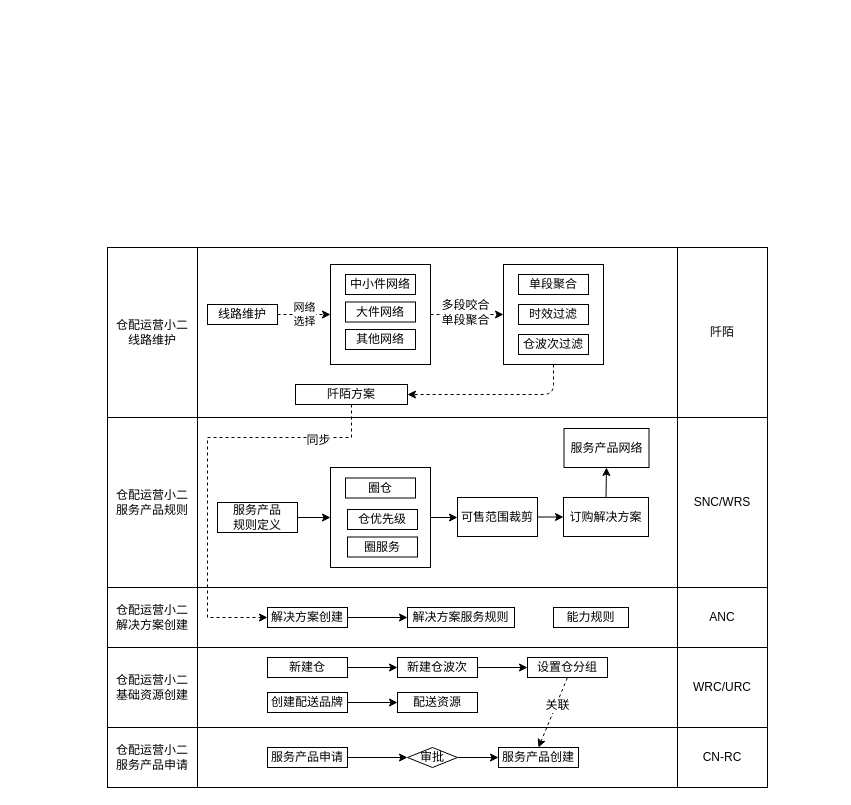
Before: 4pl服务产品SOP.drawio in shaonianwu/cainiao, a draw.io diagram. Source tidied: cells renumbered, new cells numbered last; positions are measured from the earlier drawing's top-left corner, leaving out a move shared by most shapes. Both pictures are drawn from the tidied source at 100%, with x=0, y=0 at pixel (107, 247).
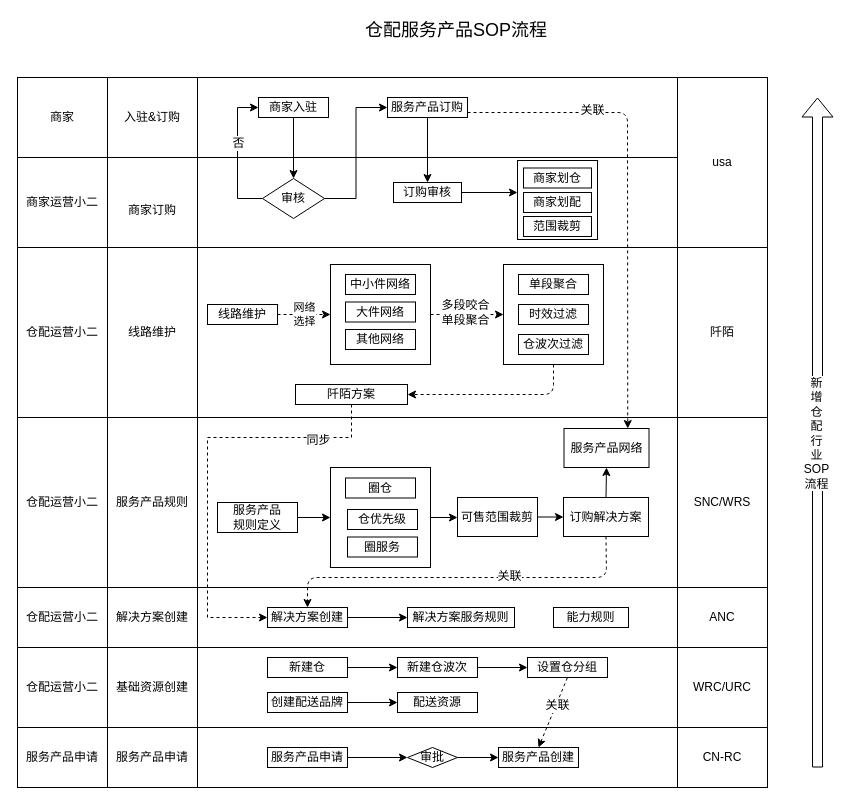
The same page after the edit.

The change refers to these unchanged cells:
```xml
<mxCell id="26" value="解决方案创建" style="rounded=0;whiteSpace=wrap;html=1;" parent="1" vertex="1">
  <mxGeometry x="160" y="360" width="80" height="20" as="geometry" />
</mxCell>
<mxCell id="42" value="订购解决方案" style="rounded=0;whiteSpace=wrap;html=1;" parent="1" vertex="1">
  <mxGeometry x="456" y="250" width="85" height="39" as="geometry" />
</mxCell>
<mxCell id="62" value="服务产品网络" style="rounded=0;whiteSpace=wrap;html=1;" parent="1" vertex="1">
  <mxGeometry x="456.5" y="181" width="85" height="39" as="geometry" />
</mxCell>
```

What changed in the source:
```diff
@@
+    <mxCell id="64" style="rounded=0;whiteSpace=wrap;html=1;" parent="1" vertex="1">
+      <mxGeometry x="90" y="-90" width="480" height="90" as="geometry" />
+    </mxCell>
+    <mxCell id="65" style="rounded=0;whiteSpace=wrap;html=1;" parent="1" vertex="1">
+      <mxGeometry x="410" y="-87" width="80" height="79" as="geometry" />
+    </mxCell>
@@
-    <mxCell id="11" value="仓配运营小二&lt;br&gt;服务产品申请" style="rounded=0;whiteSpace=wrap;html=1;" parent="1" vertex="1">
+    <mxCell id="11" value="服务产品申请" style="rounded=0;whiteSpace=wrap;html=1;" parent="1" vertex="1">
       <mxGeometry y="480" width="90" height="60" as="geometry" />
     </mxCell>
@@
-    <mxCell id="13" value="仓配运营小二&lt;br&gt;基础资源创建" style="rounded=0;whiteSpace=wrap;html=1;" parent="1" vertex="1">
+    <mxCell id="13" value="基础资源创建" style="rounded=0;whiteSpace=wrap;html=1;" parent="1" vertex="1">
       <mxGeometry y="400" width="90" height="80" as="geometry" />
     </mxCell>
@@
-    <mxCell id="24" value="仓配运营小二&lt;br&gt;解决方案创建" style="rounded=0;whiteSpace=wrap;html=1;" parent="1" vertex="1">
+    <mxCell id="24" value="解决方案创建" style="rounded=0;whiteSpace=wrap;html=1;" parent="1" vertex="1">
       <mxGeometry y="340" width="90" height="60" as="geometry" />
     </mxCell>
@@
-    <mxCell id="30" value="仓配运营小二&lt;br&gt;服务产品规则" style="rounded=0;whiteSpace=wrap;html=1;" parent="1" vertex="1">
+    <mxCell id="30" value="服务产品规则" style="rounded=0;whiteSpace=wrap;html=1;" parent="1" vertex="1">
       <mxGeometry y="170" width="90" height="170" as="geometry" />
     </mxCell>
@@
-    <mxCell id="45" value="仓配运营小二&lt;br&gt;线路维护" style="rounded=0;whiteSpace=wrap;html=1;" parent="1" vertex="1">
+    <mxCell id="45" value="线路维护" style="rounded=0;whiteSpace=wrap;html=1;" parent="1" vertex="1">
       <mxGeometry width="90" height="170" as="geometry" />
     </mxCell>
@@
+    <mxCell id="66" value="&lt;br&gt;商家订购" style="rounded=0;whiteSpace=wrap;html=1;" parent="1" vertex="1">
+      <mxGeometry y="-90" width="90" height="90" as="geometry" />
+    </mxCell>
+    <mxCell id="67" value="入驻&amp;amp;订购" style="rounded=0;whiteSpace=wrap;html=1;" parent="1" vertex="1">
+      <mxGeometry y="-170" width="90" height="80" as="geometry" />
+    </mxCell>
+    <mxCell id="68" style="rounded=0;whiteSpace=wrap;html=1;" parent="1" vertex="1">
+      <mxGeometry x="90" y="-170" width="480" height="80" as="geometry" />
+    </mxCell>
+    <mxCell id="69" style="edgeStyle=orthogonalEdgeStyle;rounded=0;jettySize=auto;html=1;startArrow=none;startFill=0;" parent="1" edge="1" source="70" target="74">
+      <mxGeometry relative="1" as="geometry" />
+    </mxCell>
+    <mxCell id="70" value="商家入驻" style="rounded=0;whiteSpace=wrap;html=1;" parent="1" vertex="1">
+      <mxGeometry x="151" y="-150" width="70" height="20" as="geometry" />
+    </mxCell>
+    <mxCell id="71" style="edgeStyle=orthogonalEdgeStyle;rounded=0;jettySize=auto;html=1;startArrow=none;startFill=0;entryX=0;entryY=0.5;entryDx=0;entryDy=0;exitX=0;exitY=0.5;exitDx=0;exitDy=0;" parent="1" edge="1" source="74" target="70">
+      <mxGeometry relative="1" as="geometry">
+        <Array as="points">
+          <mxPoint x="130" y="-49" />
+          <mxPoint x="130" y="-140" />
+        </Array>
+      </mxGeometry>
+    </mxCell>
+    <mxCell id="72" value="否" style="text;html=1;align=center;verticalAlign=middle;labelBackgroundColor=#ffffff;" parent="71" vertex="1">
+      <mxGeometry x="0.18" relative="1" as="geometry" />
+    </mxCell>
+    <mxCell id="73" style="edgeStyle=orthogonalEdgeStyle;rounded=0;jettySize=auto;html=1;entryX=0;entryY=0.5;entryDx=0;entryDy=0;startArrow=none;startFill=0;" parent="1" edge="1" source="74" target="76">
+      <mxGeometry relative="1" as="geometry" />
+    </mxCell>
+    <mxCell id="74" value="审核" style="rhombus;whiteSpace=wrap;html=1;" parent="1" vertex="1">
+      <mxGeometry x="155" y="-69" width="62" height="40" as="geometry" />
+    </mxCell>
+    <mxCell id="75" style="edgeStyle=orthogonalEdgeStyle;rounded=0;jettySize=auto;html=1;startArrow=none;startFill=0;" parent="1" edge="1" source="76" target="78">
+      <mxGeometry relative="1" as="geometry" />
+    </mxCell>
+    <mxCell id="76" value="服务产品订购" style="rounded=0;whiteSpace=wrap;html=1;" parent="1" vertex="1">
+      <mxGeometry x="280" y="-150" width="80" height="20" as="geometry" />
+    </mxCell>
+    <mxCell id="77" style="edgeStyle=orthogonalEdgeStyle;rounded=0;jettySize=auto;html=1;startArrow=none;startFill=0;entryX=0;entryY=0.405;entryDx=0;entryDy=0;entryPerimeter=0;" parent="1" edge="1" source="78" target="65">
+      <mxGeometry relative="1" as="geometry" />
+    </mxCell>
+    <mxCell id="78" value="订购审核" style="rounded=0;whiteSpace=wrap;html=1;" parent="1" vertex="1">
+      <mxGeometry x="286" y="-65" width="68" height="20" as="geometry" />
+    </mxCell>
+    <mxCell id="79" value="商家划仓" style="rounded=0;whiteSpace=wrap;html=1;" parent="1" vertex="1">
+      <mxGeometry x="416" y="-79.5" width="68" height="20" as="geometry" />
+    </mxCell>
+    <mxCell id="80" value="商家划配" style="rounded=0;whiteSpace=wrap;html=1;" parent="1" vertex="1">
+      <mxGeometry x="416" y="-55" width="68" height="20" as="geometry" />
+    </mxCell>
+    <mxCell id="81" value="范围裁剪" style="rounded=0;whiteSpace=wrap;html=1;" parent="1" vertex="1">
+      <mxGeometry x="416" y="-31" width="68" height="20" as="geometry" />
+    </mxCell>
+    <mxCell id="82" value="usa" style="rounded=0;whiteSpace=wrap;html=1;" parent="1" vertex="1">
+      <mxGeometry x="570" y="-170" width="90" height="170" as="geometry" />
+    </mxCell>
+    <mxCell id="83" style="endArrow=classic;html=1;exitX=1;exitY=0.75;exitDx=0;exitDy=0;entryX=0.75;entryY=0;entryDx=0;entryDy=0;dashed=1;" parent="1" edge="1" source="76" target="62">
+      <mxGeometry relative="1" as="geometry">
+        <Array as="points">
+          <mxPoint x="520" y="-135" />
+        </Array>
+      </mxGeometry>
+    </mxCell>
+    <mxCell id="84" value="关联" style="text;html=1;align=center;verticalAlign=middle;labelBackgroundColor=#ffffff;" parent="83" vertex="1">
+      <mxGeometry x="-0.48" y="3" relative="1" as="geometry" />
+    </mxCell>
+    <mxCell id="85" style="shape=flexArrow;endArrow=classic;html=1;" parent="1" edge="1">
+      <mxGeometry relative="1" as="geometry">
+        <mxPoint x="710" y="520" as="sourcePoint" />
+        <mxPoint x="710" y="-150" as="targetPoint" />
+      </mxGeometry>
+    </mxCell>
+    <mxCell id="86" value="新&lt;br&gt;增&lt;br&gt;仓&lt;br&gt;配&lt;br&gt;行&lt;br&gt;业&lt;br&gt;SOP&lt;br&gt;流程" style="text;html=1;align=center;verticalAlign=middle;labelBackgroundColor=#ffffff;" parent="85" vertex="1">
+      <mxGeometry y="2" relative="1" as="geometry" />
+    </mxCell>
+    <mxCell id="87" style="endArrow=classic;html=1;exitX=0.5;exitY=1;exitDx=0;exitDy=0;entryX=0.5;entryY=0;entryDx=0;entryDy=0;dashed=1;" parent="1" edge="1" source="42" target="26">
+      <mxGeometry relative="1" as="geometry">
+        <Array as="points">
+          <mxPoint x="499" y="330" />
+          <mxPoint x="200" y="330" />
+        </Array>
+      </mxGeometry>
+    </mxCell>
+    <mxCell id="88" value="关联" style="text;html=1;align=center;verticalAlign=middle;labelBackgroundColor=#ffffff;" parent="87" vertex="1">
+      <mxGeometry x="-0.25" y="-2" relative="1" as="geometry" />
+    </mxCell>
+    <mxCell id="89" value="&lt;font style=&quot;font-size: 18px&quot;&gt;仓配服务产品SOP流程&lt;/font&gt;" style="text;html=1;align=left;verticalAlign=top;spacingTop=-4;" parent="1" vertex="1">
+      <mxGeometry x="256" y="-230" width="200" height="20" as="geometry" />
+    </mxCell>
+    <mxCell id="90" value="商家" style="rounded=0;whiteSpace=wrap;html=1;" parent="1" vertex="1">
+      <mxGeometry x="-90" y="-170" width="90" height="80" as="geometry" />
+    </mxCell>
+    <mxCell id="91" value="商家运营小二&lt;br&gt;" style="rounded=0;whiteSpace=wrap;html=1;" parent="1" vertex="1">
+      <mxGeometry x="-90" y="-90" width="90" height="90" as="geometry" />
+    </mxCell>
+    <mxCell id="92" value="仓配运营小二" style="rounded=0;whiteSpace=wrap;html=1;" parent="1" vertex="1">
+      <mxGeometry x="-90" width="90" height="170" as="geometry" />
+    </mxCell>
+    <mxCell id="93" value="仓配运营小二" style="rounded=0;whiteSpace=wrap;html=1;" parent="1" vertex="1">
+      <mxGeometry x="-90" y="170" width="90" height="170" as="geometry" />
+    </mxCell>
+    <mxCell id="94" value="仓配运营小二" style="rounded=0;whiteSpace=wrap;html=1;" parent="1" vertex="1">
+      <mxGeometry x="-90" y="340" width="90" height="60" as="geometry" />
+    </mxCell>
+    <mxCell id="95" value="仓配运营小二" style="rounded=0;whiteSpace=wrap;html=1;" parent="1" vertex="1">
+      <mxGeometry x="-90" y="400" width="90" height="80" as="geometry" />
+    </mxCell>
+    <mxCell id="96" value="服务产品申请" style="rounded=0;whiteSpace=wrap;html=1;" parent="1" vertex="1">
+      <mxGeometry x="-90" y="480" width="90" height="60" as="geometry" />
+    </mxCell>
```
